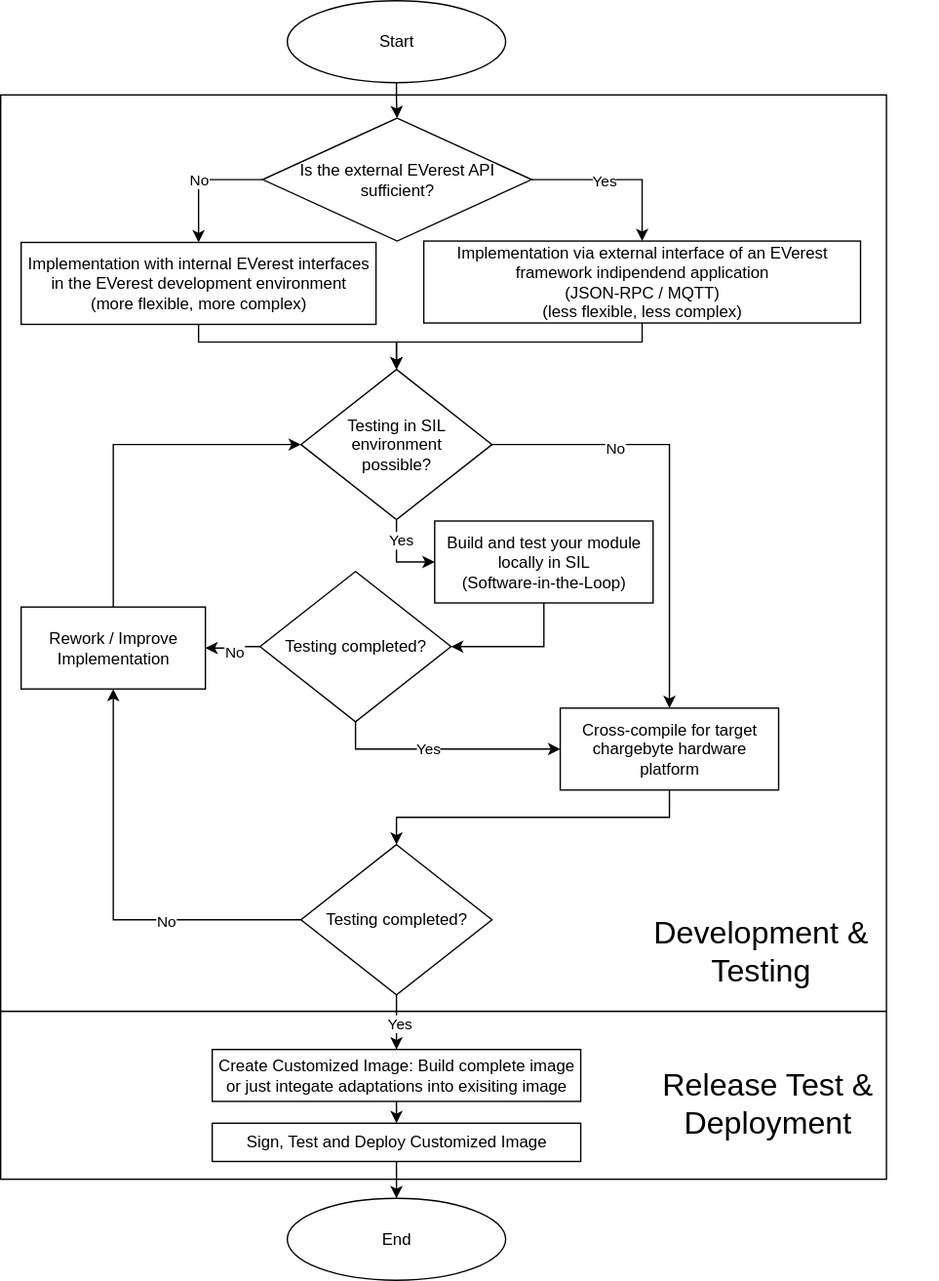
Above: _static/images/everest_development_flow.drawio.svg in chargebyte/chargebyte-docs (draw.io), before the change. Source tidied: cells renumbered, new cells last; positions are measured from the earlier drawing's top-left corner, leaving out a move shared by most shapes. Its diagram source:
```xml
<mxGraphModel>
  <root>
    <mxCell id="0" />
    <mxCell id="1" parent="0" />
    <mxCell id="2" style="rounded=0;whiteSpace=wrap;html=1;" parent="1" vertex="1">
      <mxGeometry y="740" width="649" height="123" as="geometry" />
    </mxCell>
    <mxCell id="3" value="&lt;div&gt;&lt;br/&gt;&lt;/div&gt;" style="rounded=0;whiteSpace=wrap;html=1;" parent="1" vertex="1">
      <mxGeometry y="69" width="649" height="671" as="geometry" />
    </mxCell>
    <mxCell id="4" value="Start" style="shape=ellipse;whiteSpace=wrap;html=1;" parent="1" vertex="1">
      <mxGeometry x="210" width="160" height="60" as="geometry" />
    </mxCell>
    <mxCell id="5" style="edgeStyle=orthogonalEdgeStyle;rounded=0;jettySize=auto;html=1;exitX=1;exitY=0.5;exitDx=0;exitDy=0;" parent="1" edge="1" source="8" target="12">
      <mxGeometry relative="1" as="geometry" />
    </mxCell>
    <mxCell id="6" value="Yes" style="edgeLabel;html=1;align=center;verticalAlign=middle;" parent="5" vertex="1">
      <mxGeometry x="-0.18" y="-3" relative="1" as="geometry">
        <mxPoint y="-3" as="offset" />
      </mxGeometry>
    </mxCell>
    <mxCell id="7" value="No" style="edgeStyle=orthogonalEdgeStyle;rounded=0;jettySize=auto;html=1;exitX=0;exitY=0.5;exitDx=0;exitDy=0;entryX=0.5;entryY=0;entryDx=0;entryDy=0;" parent="1" edge="1" source="8" target="10">
      <mxGeometry relative="1" as="geometry" />
    </mxCell>
    <mxCell id="8" value="Is the external EVerest API sufficient?" style="shape=rhombus;whiteSpace=wrap;html=1;" parent="1" vertex="1">
      <mxGeometry x="192" y="86" width="197" height="90" as="geometry" />
    </mxCell>
    <mxCell id="9" style="edgeStyle=orthogonalEdgeStyle;rounded=0;orthogonalLoop=1;jettySize=auto;html=1;exitX=0.5;exitY=1;exitDx=0;exitDy=0;" parent="1" edge="1">
      <mxGeometry relative="1" as="geometry">
        <mxPoint x="145" y="237" as="sourcePoint" />
        <mxPoint x="290" y="270" as="targetPoint" />
        <Array as="points">
          <mxPoint x="145" y="250" />
          <mxPoint x="290" y="250" />
        </Array>
      </mxGeometry>
    </mxCell>
    <mxCell id="10" value="Implementation with internal EVerest interfaces in the EVerest development environment&lt;br&gt;(more flexible, more complex)" style="shape=rectangle;whiteSpace=wrap;html=1;" parent="1" vertex="1">
      <mxGeometry x="15" y="177" width="260" height="60" as="geometry" />
    </mxCell>
    <mxCell id="11" style="edgeStyle=orthogonalEdgeStyle;rounded=0;jettySize=auto;html=1;exitX=0.5;exitY=1;exitDx=0;exitDy=0;entryX=0.5;entryY=0;entryDx=0;entryDy=0;" parent="1" edge="1" source="12" target="23">
      <mxGeometry relative="1" as="geometry">
        <Array as="points">
          <mxPoint x="470" y="250" />
          <mxPoint x="290" y="250" />
        </Array>
      </mxGeometry>
    </mxCell>
    <mxCell id="12" value="Implementation via external interface of an EVerest framework indipendend application&lt;br&gt;(JSON-RPC / MQTT)&lt;br&gt;(less flexible, less complex)" style="shape=rectangle;whiteSpace=wrap;html=1;" parent="1" vertex="1">
      <mxGeometry x="310" y="176" width="320" height="60" as="geometry" />
    </mxCell>
    <mxCell id="13" style="edgeStyle=orthogonalEdgeStyle;rounded=0;jettySize=auto;html=1;exitX=0.5;exitY=1;exitDx=0;exitDy=0;entryX=1;entryY=0.5;entryDx=0;entryDy=0;" parent="1" edge="1" source="14" target="41">
      <mxGeometry relative="1" as="geometry" />
    </mxCell>
    <mxCell id="14" value="Build and test your module locally in SIL&lt;br&gt;(Software-in-the-Loop)" style="shape=rectangle;whiteSpace=wrap;html=1;" parent="1" vertex="1">
      <mxGeometry x="318" y="381" width="160" height="60" as="geometry" />
    </mxCell>
    <mxCell id="15" style="edgeStyle=orthogonalEdgeStyle;rounded=0;jettySize=auto;html=1;exitX=0.5;exitY=1;exitDx=0;exitDy=0;entryX=0.5;entryY=0;entryDx=0;entryDy=0;" parent="1" edge="1" source="16" target="29">
      <mxGeometry relative="1" as="geometry" />
    </mxCell>
    <mxCell id="16" value="Cross-compile for target chargebyte hardware platform" style="shape=rectangle;whiteSpace=wrap;html=1;" parent="1" vertex="1">
      <mxGeometry x="410" y="518" width="160" height="60" as="geometry" />
    </mxCell>
    <mxCell id="17" value="End" style="shape=ellipse;whiteSpace=wrap;html=1;" parent="1" vertex="1">
      <mxGeometry x="210" y="877" width="160" height="60" as="geometry" />
    </mxCell>
    <mxCell id="18" style="edgeStyle=orthogonalEdgeStyle;rounded=0;jettySize=auto;html=1;" parent="1" edge="1" source="4" target="8">
      <mxGeometry relative="1" as="geometry" />
    </mxCell>
    <mxCell id="19" style="edgeStyle=orthogonalEdgeStyle;rounded=0;jettySize=auto;html=1;exitX=0.5;exitY=1;exitDx=0;exitDy=0;entryX=0;entryY=0.5;entryDx=0;entryDy=0;" parent="1" edge="1" source="23" target="14">
      <mxGeometry relative="1" as="geometry" />
    </mxCell>
    <mxCell id="20" value="Yes" style="edgeLabel;html=1;align=center;verticalAlign=middle;" parent="19" vertex="1">
      <mxGeometry x="-0.51" y="2" relative="1" as="geometry" />
    </mxCell>
    <mxCell id="21" style="edgeStyle=orthogonalEdgeStyle;rounded=0;jettySize=auto;html=1;exitX=1;exitY=0.5;exitDx=0;exitDy=0;entryX=0.5;entryY=0;entryDx=0;entryDy=0;" parent="1" edge="1" source="23" target="16">
      <mxGeometry relative="1" as="geometry">
        <Array as="points">
          <mxPoint x="490" y="325" />
          <mxPoint x="490" y="519" />
        </Array>
      </mxGeometry>
    </mxCell>
    <mxCell id="22" value="No" style="edgeLabel;html=1;align=center;verticalAlign=middle;" parent="21" vertex="1">
      <mxGeometry x="-0.45" y="-2" relative="1" as="geometry" />
    </mxCell>
    <mxCell id="23" value="&lt;div&gt;Testing in SIL environment&lt;/div&gt;&lt;div&gt;possible?&lt;/div&gt;" style="shape=rhombus;whiteSpace=wrap;html=1;" parent="1" vertex="1">
      <mxGeometry x="220" y="270" width="140" height="110" as="geometry" />
    </mxCell>
    <mxCell id="24" value="&lt;font style=&quot;font-size: 23px;&quot;&gt;Development &amp;amp; Testing&lt;/font&gt;" style="text;html=1;align=center;verticalAlign=middle;whiteSpace=wrap;rounded=0;" parent="1" vertex="1">
      <mxGeometry x="467" y="681" width="180" height="30" as="geometry" />
    </mxCell>
    <mxCell id="25" style="edgeStyle=orthogonalEdgeStyle;rounded=0;jettySize=auto;html=1;exitX=0;exitY=0.5;exitDx=0;exitDy=0;entryX=0.5;entryY=1;entryDx=0;entryDy=0;" parent="1" edge="1" source="29" target="31">
      <mxGeometry relative="1" as="geometry" />
    </mxCell>
    <mxCell id="26" value="&lt;div&gt;No&lt;/div&gt;" style="edgeLabel;html=1;align=center;verticalAlign=middle;" parent="25" vertex="1">
      <mxGeometry x="-0.35" relative="1" as="geometry" />
    </mxCell>
    <mxCell id="27" style="edgeStyle=orthogonalEdgeStyle;rounded=0;jettySize=auto;html=1;exitX=0.5;exitY=1;exitDx=0;exitDy=0;" parent="1" edge="1" source="29" target="33">
      <mxGeometry relative="1" as="geometry" />
    </mxCell>
    <mxCell id="28" value="&lt;div&gt;Yes&lt;/div&gt;" style="edgeLabel;html=1;align=center;verticalAlign=middle;" parent="27" vertex="1">
      <mxGeometry x="0.02" y="1" relative="1" as="geometry" />
    </mxCell>
    <mxCell id="29" value="&lt;div&gt;Testing completed?&lt;/div&gt;" style="shape=rhombus;whiteSpace=wrap;html=1;" parent="1" vertex="1">
      <mxGeometry x="220" y="618" width="140" height="110" as="geometry" />
    </mxCell>
    <mxCell id="30" style="edgeStyle=orthogonalEdgeStyle;rounded=0;jettySize=auto;html=1;exitX=0.5;exitY=0;exitDx=0;exitDy=0;entryX=0;entryY=0.5;entryDx=0;entryDy=0;" parent="1" edge="1" source="31" target="23">
      <mxGeometry relative="1" as="geometry" />
    </mxCell>
    <mxCell id="31" value="&lt;div&gt;Rework / Improve&lt;/div&gt;&lt;div&gt;Implementation&lt;/div&gt;" style="shape=rectangle;whiteSpace=wrap;html=1;" parent="1" vertex="1">
      <mxGeometry x="15" y="444" width="135" height="60" as="geometry" />
    </mxCell>
    <mxCell id="32" style="edgeStyle=orthogonalEdgeStyle;rounded=0;jettySize=auto;html=1;exitX=0.5;exitY=1;exitDx=0;exitDy=0;entryX=0.5;entryY=0;entryDx=0;entryDy=0;" parent="1" edge="1" source="33" target="35">
      <mxGeometry relative="1" as="geometry" />
    </mxCell>
    <mxCell id="33" value="Create&amp;nbsp;Customized&amp;nbsp;Image: Build complete image or just integate adaptations into exisiting image" style="rounded=0;whiteSpace=wrap;html=1;" parent="1" vertex="1">
      <mxGeometry x="155" y="768" width="270" height="38" as="geometry" />
    </mxCell>
    <mxCell id="34" style="edgeStyle=orthogonalEdgeStyle;rounded=0;jettySize=auto;html=1;exitX=0.5;exitY=1;exitDx=0;exitDy=0;entryX=0.5;entryY=0;entryDx=0;entryDy=0;" parent="1" edge="1" source="35" target="17">
      <mxGeometry relative="1" as="geometry" />
    </mxCell>
    <mxCell id="35" value="&lt;div&gt;Sign, Test and Deploy Customized Image&lt;/div&gt;" style="rounded=0;whiteSpace=wrap;html=1;" parent="1" vertex="1">
      <mxGeometry x="155" y="822" width="270" height="28" as="geometry" />
    </mxCell>
    <mxCell id="36" value="&lt;font style=&quot;font-size: 23px;&quot;&gt;Release Test &amp;amp; Deployment&lt;/font&gt;" style="text;html=1;align=center;verticalAlign=middle;whiteSpace=wrap;rounded=0;" parent="1" vertex="1">
      <mxGeometry x="437" y="793" width="250" height="30" as="geometry" />
    </mxCell>
    <mxCell id="37" style="edgeStyle=orthogonalEdgeStyle;rounded=0;jettySize=auto;html=1;exitX=0;exitY=0.5;exitDx=0;exitDy=0;entryX=1;entryY=0.5;entryDx=0;entryDy=0;" parent="1" edge="1" source="41" target="31">
      <mxGeometry relative="1" as="geometry" />
    </mxCell>
    <mxCell id="38" value="&lt;div&gt;No&lt;/div&gt;" style="edgeLabel;html=1;align=center;verticalAlign=middle;" parent="37" vertex="1">
      <mxGeometry x="0.01" y="2" relative="1" as="geometry" />
    </mxCell>
    <mxCell id="39" style="edgeStyle=orthogonalEdgeStyle;rounded=0;jettySize=auto;html=1;exitX=0.5;exitY=1;exitDx=0;exitDy=0;entryX=0;entryY=0.5;entryDx=0;entryDy=0;" parent="1" edge="1" source="41" target="16">
      <mxGeometry relative="1" as="geometry" />
    </mxCell>
    <mxCell id="40" value="Yes" style="edgeLabel;html=1;align=center;verticalAlign=middle;" parent="39" vertex="1">
      <mxGeometry x="-0.15" y="1" relative="1" as="geometry" />
    </mxCell>
    <mxCell id="41" value="&lt;div&gt;Testing completed?&lt;/div&gt;" style="shape=rhombus;whiteSpace=wrap;html=1;" parent="1" vertex="1">
      <mxGeometry x="190" y="418" width="140" height="110" as="geometry" />
    </mxCell>
  </root>
</mxGraphModel>
```
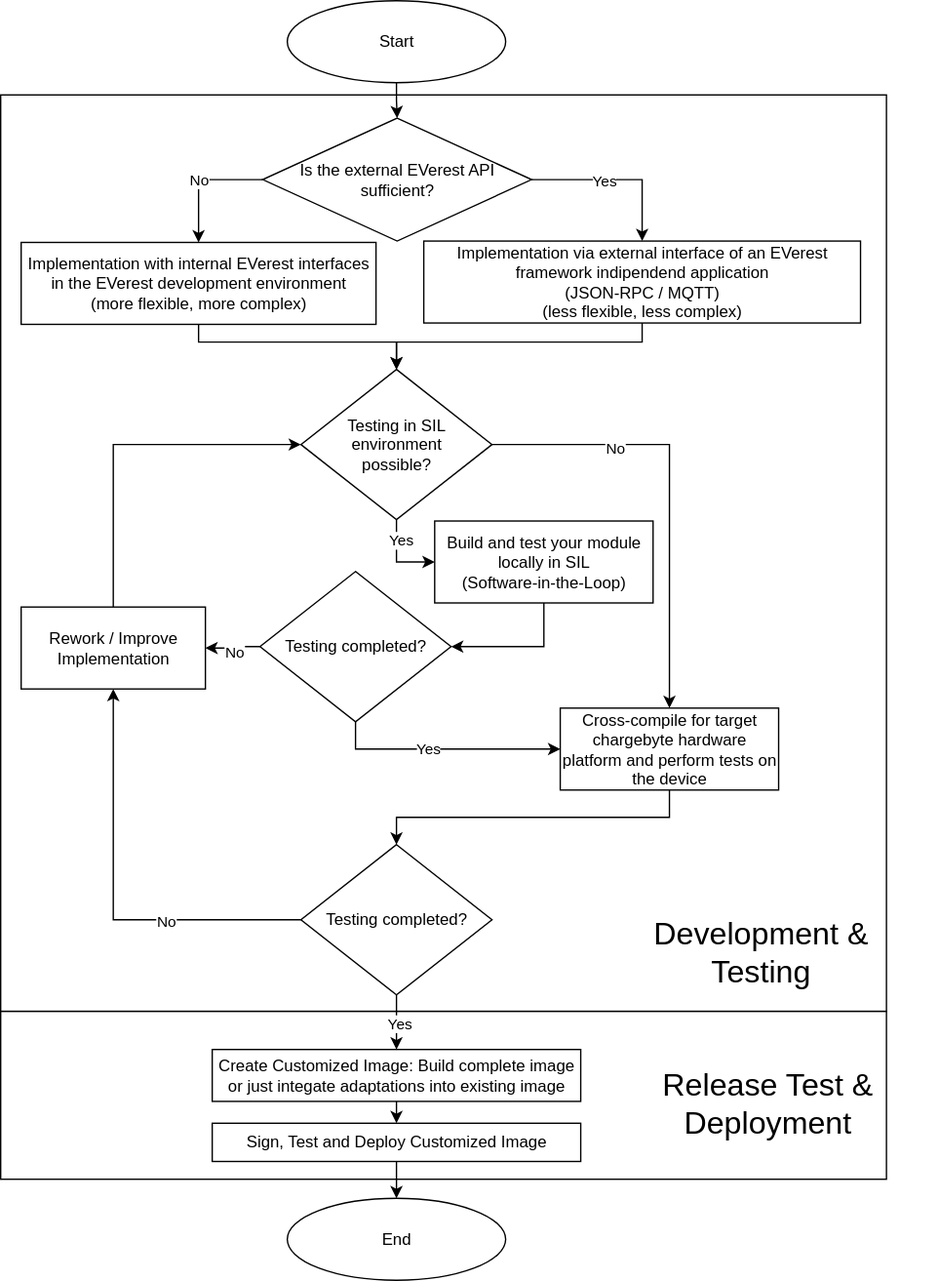
Later version of the same file.

Commit message:
Fix typo and extend Cross-compile description

What changed in the source:
```diff
@@ -55,10 +55,10 @@
     <mxCell id="14" value="Build and test your module locally in SIL&lt;br&gt;(Software-in-the-Loop)" style="shape=rectangle;whiteSpace=wrap;html=1;" parent="1" vertex="1">
       <mxGeometry x="318" y="381" width="160" height="60" as="geometry" />
     </mxCell>
-    <mxCell id="15" style="edgeStyle=orthogonalEdgeStyle;rounded=0;jettySize=auto;html=1;exitX=0.5;exitY=1;exitDx=0;exitDy=0;entryX=0.5;entryY=0;entryDx=0;entryDy=0;" parent="1" edge="1" source="16" target="29">
+    <mxCell id="15" style="edgeStyle=orthogonalEdgeStyle;rounded=0;jettySize=auto;html=1;exitX=0.5;exitY=1;exitDx=0;exitDy=0;entryX=0.5;entryY=0;entryDx=0;entryDy=0;fontFamily=Helvetica;fontSize=12;fontColor=default;" parent="1" edge="1" source="16" target="29">
       <mxGeometry relative="1" as="geometry" />
     </mxCell>
-    <mxCell id="16" value="Cross-compile for target chargebyte hardware platform" style="shape=rectangle;whiteSpace=wrap;html=1;" parent="1" vertex="1">
+    <mxCell id="16" value="Cross-compile for target chargebyte hardware platform and perform tests on the device" style="shape=rectangle;whiteSpace=wrap;html=1;" parent="1" vertex="1">
       <mxGeometry x="410" y="518" width="160" height="60" as="geometry" />
     </mxCell>
     <mxCell id="17" value="End" style="shape=ellipse;whiteSpace=wrap;html=1;" parent="1" vertex="1">
@@ -88,7 +88,7 @@
       <mxGeometry x="220" y="270" width="140" height="110" as="geometry" />
     </mxCell>
     <mxCell id="24" value="&lt;font style=&quot;font-size: 23px;&quot;&gt;Development &amp;amp; Testing&lt;/font&gt;" style="text;html=1;align=center;verticalAlign=middle;whiteSpace=wrap;rounded=0;" parent="1" vertex="1">
-      <mxGeometry x="467" y="681" width="180" height="30" as="geometry" />
+      <mxGeometry x="467" y="682" width="180" height="30" as="geometry" />
     </mxCell>
     <mxCell id="25" style="edgeStyle=orthogonalEdgeStyle;rounded=0;jettySize=auto;html=1;exitX=0;exitY=0.5;exitDx=0;exitDy=0;entryX=0.5;entryY=1;entryDx=0;entryDy=0;" parent="1" edge="1" source="29" target="31">
       <mxGeometry relative="1" as="geometry" />
@@ -114,7 +114,7 @@
     <mxCell id="32" style="edgeStyle=orthogonalEdgeStyle;rounded=0;jettySize=auto;html=1;exitX=0.5;exitY=1;exitDx=0;exitDy=0;entryX=0.5;entryY=0;entryDx=0;entryDy=0;" parent="1" edge="1" source="33" target="35">
       <mxGeometry relative="1" as="geometry" />
     </mxCell>
-    <mxCell id="33" value="Create&amp;nbsp;Customized&amp;nbsp;Image: Build complete image or just integate adaptations into exisiting image" style="rounded=0;whiteSpace=wrap;html=1;" parent="1" vertex="1">
+    <mxCell id="33" value="Create&amp;nbsp;Customized&amp;nbsp;Image: Build complete image or just integate adaptations into existing image" style="rounded=0;whiteSpace=wrap;html=1;" parent="1" vertex="1">
       <mxGeometry x="155" y="768" width="270" height="38" as="geometry" />
     </mxCell>
     <mxCell id="34" style="edgeStyle=orthogonalEdgeStyle;rounded=0;jettySize=auto;html=1;exitX=0.5;exitY=1;exitDx=0;exitDy=0;entryX=0.5;entryY=0;entryDx=0;entryDy=0;" parent="1" edge="1" source="35" target="17">
```
